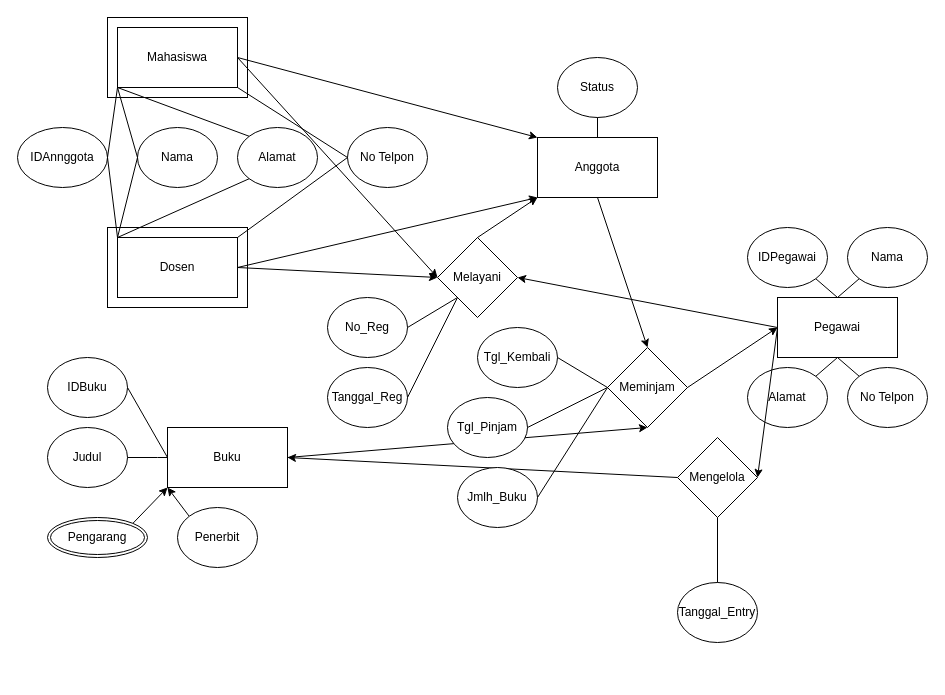
Before: Untitled Diagram.drawio in Firzh/testing_db, a draw.io diagram. Source tidied: cells renumbered, new cells numbered last; positions are measured from the earlier drawing's top-left corner, leaving out a move shared by most shapes. Both pictures are drawn from the tidied source at 100%, with x=0, y=0 at pixel (17, 17).
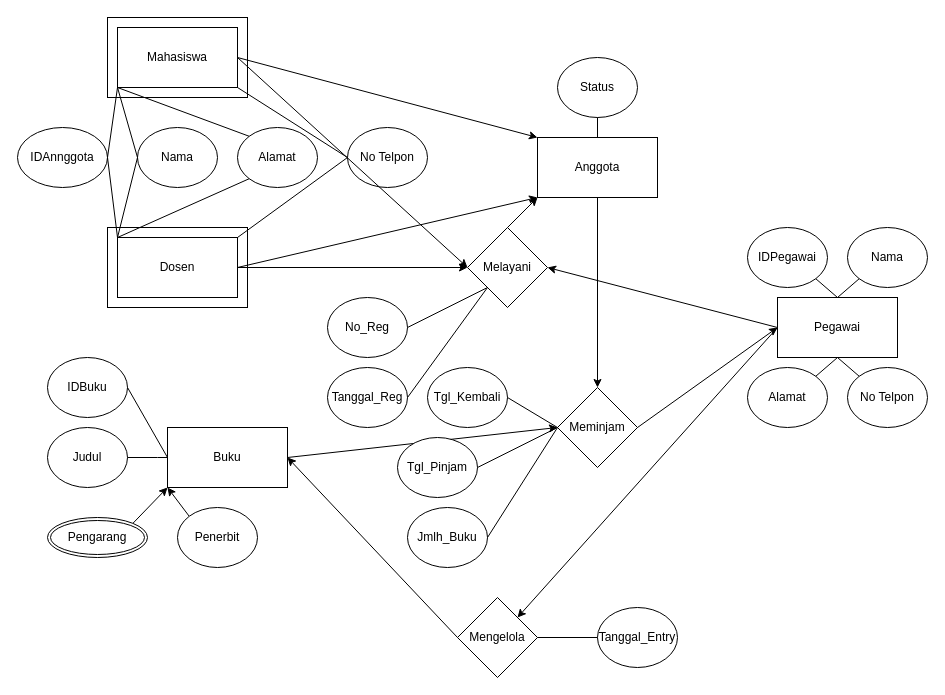
The same page after the edit.

The change refers to these unchanged cells:
```xml
<mxCell id="23" value="Buku" style="rounded=0;whiteSpace=wrap;html=1;" parent="1" vertex="1">
  <mxGeometry x="150" y="410" width="120" height="60" as="geometry" />
</mxCell>
<mxCell id="30" value="Pegawai" style="rounded=0;whiteSpace=wrap;html=1;" parent="1" vertex="1">
  <mxGeometry x="760" y="280" width="120" height="60" as="geometry" />
</mxCell>
```

Diff of the diagram source:
```diff
@@
     <mxCell id="39" value="Meminjam" style="rhombus;whiteSpace=wrap;html=1;" parent="1" vertex="1">
-      <mxGeometry x="590" y="330" width="80" height="80" as="geometry" />
+      <mxGeometry x="540" y="370" width="80" height="80" as="geometry" />
     </mxCell>
@@
-    <mxCell id="41" style="endArrow=classic;html=1;rounded=0;exitX=1;exitY=0.5;exitDx=0;exitDy=0;entryX=0.5;entryY=1;entryDx=0;entryDy=0;" parent="1" edge="1" source="23" target="39">
+    <mxCell id="41" style="endArrow=classic;html=1;rounded=0;exitX=1;exitY=0.5;exitDx=0;exitDy=0;entryX=0;entryY=0.5;entryDx=0;entryDy=0;" parent="1" edge="1" source="23" target="39">
       <mxGeometry relative="1" as="geometry" />
     </mxCell>
@@
     <mxCell id="43" value="Melayani" style="rhombus;whiteSpace=wrap;html=1;" parent="1" vertex="1">
-      <mxGeometry x="420" y="220" width="80" height="80" as="geometry" />
+      <mxGeometry x="450" y="210" width="80" height="80" as="geometry" />
     </mxCell>
@@
     <mxCell id="52" value="Mengelola" style="rhombus;whiteSpace=wrap;html=1;" parent="1" vertex="1">
-      <mxGeometry x="660" y="420" width="80" height="80" as="geometry" />
+      <mxGeometry x="440" y="580" width="80" height="80" as="geometry" />
     </mxCell>
@@
-    <mxCell id="54" style="endArrow=classic;html=1;rounded=0;exitX=0;exitY=0.5;exitDx=0;exitDy=0;entryX=1;entryY=0.5;entryDx=0;entryDy=0;" parent="1" edge="1" source="30" target="52">
+    <mxCell id="54" style="endArrow=classic;html=1;rounded=0;exitX=0;exitY=0.5;exitDx=0;exitDy=0;entryX=1;entryY=0;entryDx=0;entryDy=0;" parent="1" edge="1" source="30" target="52">
       <mxGeometry relative="1" as="geometry" />
     </mxCell>
     <mxCell id="55" value="&lt;span style=&quot;font-weight: normal;&quot;&gt;Tanggal_Entry&lt;/span&gt;" style="ellipse;whiteSpace=wrap;html=1;fontStyle=1;" parent="1" vertex="1">
-      <mxGeometry x="660" y="565" width="80" height="60" as="geometry" />
+      <mxGeometry x="580" y="590" width="80" height="60" as="geometry" />
     </mxCell>
-    <mxCell id="56" style="endArrow=none;html=1;rounded=0;exitX=0.5;exitY=1;exitDx=0;exitDy=0;entryX=0.5;entryY=0;entryDx=0;entryDy=0;" parent="1" edge="1" source="52" target="55">
+    <mxCell id="56" style="endArrow=none;html=1;rounded=0;exitX=1;exitY=0.5;exitDx=0;exitDy=0;entryX=0;entryY=0.5;entryDx=0;entryDy=0;" parent="1" edge="1" source="52" target="55">
       <mxGeometry relative="1" as="geometry" />
     </mxCell>
     <mxCell id="57" value="&lt;span style=&quot;font-weight: 400;&quot;&gt;Tgl_P&lt;/span&gt;&lt;span style=&quot;font-weight: 400;&quot;&gt;injam&lt;/span&gt;" style="ellipse;whiteSpace=wrap;html=1;fontStyle=1;" parent="1" vertex="1">
-      <mxGeometry x="430" y="380" width="80" height="60" as="geometry" />
+      <mxGeometry x="380" y="420" width="80" height="60" as="geometry" />
     </mxCell>
     <mxCell id="58" value="&lt;span style=&quot;font-weight: 400;&quot;&gt;Tgl_Kembali&lt;/span&gt;&lt;span style=&quot;background-color: initial; text-wrap: nowrap; color: rgba(0, 0, 0, 0); font-family: monospace; font-size: 0px; font-weight: 400; text-align: start;&quot;&gt;3CmxGraphModel%3E%3Croot%3E%3CmxCell%20id%3D%220%22%2F%3E%3CmxCell%20id%3D%221%22%20parent%3D%220%22%2F%3E%3CmxCell%20id%3D%222%22%20value%3D%22%26lt%3Bspan%20style%3D%26quot%3Bfont-weight%3A%20normal%3B%26quot%3B%26gt%3BTanggal_Reg%26lt%3B%2Fspan%26gt%3B%22%20style%3D%22ellipse%3BwhiteSpace%3Dwrap%3Bhtml%3D1%3BfontStyle%3D1%22%20vertex%3D%221%22%20parent%3D%221%22%3E%3CmxGeometry%20x%3D%22320%22%20y%3D%22350%22%20width%3D%2280%22%20height%3D%2260%22%20as%3D%22geometry%22%2F%3E%3C%2FmxCell%3E%3C%2Froot%3E%3C%2FmxGraphModel%3E&lt;/span&gt;" style="ellipse;whiteSpace=wrap;html=1;fontStyle=1;" parent="1" vertex="1">
-      <mxGeometry x="460" y="310" width="80" height="60" as="geometry" />
+      <mxGeometry x="410" y="350" width="80" height="60" as="geometry" />
     </mxCell>
     <mxCell id="59" value="&lt;span style=&quot;font-weight: 400;&quot;&gt;Jmlh_Buku&lt;/span&gt;" style="ellipse;whiteSpace=wrap;html=1;fontStyle=1;" parent="1" vertex="1">
-      <mxGeometry x="440" y="450" width="80" height="60" as="geometry" />
+      <mxGeometry x="390" y="490" width="80" height="60" as="geometry" />
     </mxCell>
```
